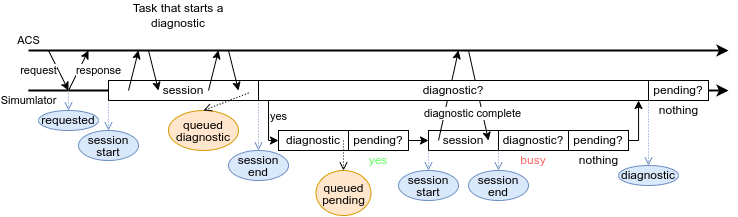
Before: diagrams/task with one diagnostic.png, a diagram exported from draw.io (anlix-io/genieacs-sim). Source tidied: cells renumbered, new cells last; positions are measured from the earlier drawing's top-left corner, leaving out a move shared by most shapes. The source it was exported from:
```xml
<mxGraphModel>
  <root>
    <mxCell id="0" />
    <mxCell id="1" parent="0" />
    <mxCell id="2" value="Simumlator" style="endArrow=classic;html=1;rounded=0;strokeWidth=2;" parent="1" edge="1">
      <mxGeometry x="-1" y="-10" relative="1" as="geometry">
        <mxPoint y="90" as="sourcePoint" />
        <mxPoint x="700" y="90" as="targetPoint" />
      </mxGeometry>
    </mxCell>
    <mxCell id="3" value="request" style="endArrow=classic;html=1;rounded=0;" parent="1" edge="1">
      <mxGeometry x="-0.4" y="-18" relative="1" as="geometry">
        <mxPoint x="20" y="50" as="sourcePoint" />
        <mxPoint x="40" y="90" as="targetPoint" />
        <Array as="points">
          <mxPoint x="30" y="70" />
        </Array>
      </mxGeometry>
    </mxCell>
    <mxCell id="4" value="session" style="rounded=0;whiteSpace=wrap;html=1;" parent="1" vertex="1">
      <mxGeometry x="80" y="80" width="150" height="20" as="geometry" />
    </mxCell>
    <mxCell id="5" style="endArrow=classic;html=1;rounded=0;" parent="1" edge="1">
      <mxGeometry relative="1" as="geometry">
        <mxPoint x="100" y="90" as="sourcePoint" />
        <mxPoint x="110" y="50" as="targetPoint" />
      </mxGeometry>
    </mxCell>
    <mxCell id="6" style="endArrow=classic;html=1;rounded=0;" parent="1" edge="1">
      <mxGeometry relative="1" as="geometry">
        <mxPoint x="120" y="50" as="sourcePoint" />
        <mxPoint x="130" y="90" as="targetPoint" />
      </mxGeometry>
    </mxCell>
    <mxCell id="7" style="endArrow=classic;html=1;rounded=0;" parent="1" edge="1">
      <mxGeometry relative="1" as="geometry">
        <mxPoint x="180" y="90" as="sourcePoint" />
        <mxPoint x="190" y="50" as="targetPoint" />
      </mxGeometry>
    </mxCell>
    <mxCell id="8" style="endArrow=classic;html=1;rounded=0;" parent="1" edge="1">
      <mxGeometry relative="1" as="geometry">
        <mxPoint x="200" y="50" as="sourcePoint" />
        <mxPoint x="210" y="90" as="targetPoint" />
      </mxGeometry>
    </mxCell>
    <mxCell id="9" value="ACS" style="endArrow=classic;html=1;rounded=0;strokeWidth=2;" parent="1" edge="1">
      <mxGeometry x="-1" y="10" relative="1" as="geometry">
        <mxPoint y="50" as="sourcePoint" />
        <mxPoint x="700" y="50" as="targetPoint" />
      </mxGeometry>
    </mxCell>
    <mxCell id="10" value="response" style="endArrow=classic;html=1;rounded=0;" parent="1" edge="1">
      <mxGeometry x="0.4" y="-18" relative="1" as="geometry">
        <mxPoint x="40" y="90" as="sourcePoint" />
        <mxPoint x="60" y="50" as="targetPoint" />
      </mxGeometry>
    </mxCell>
    <mxCell id="11" value="Task that starts a diagnostic" style="text;html=1;strokeColor=none;fillColor=none;align=center;verticalAlign=middle;whiteSpace=wrap;rounded=0;" parent="1" vertex="1">
      <mxGeometry x="80" width="140" height="30" as="geometry" />
    </mxCell>
    <mxCell id="12" value="&lt;br&gt;" style="endArrow=open;html=1;rounded=0;exitX=0;exitY=1;exitDx=0;exitDy=0;fillColor=#dae8fc;strokeColor=#6c8ebf;entryX=0.5;entryY=0;entryDx=0;entryDy=0;dashed=1;dashPattern=1 2;endFill=0;" parent="1" edge="1" target="15">
      <mxGeometry x="-0.2" relative="1" as="geometry">
        <mxPoint x="230" y="100" as="sourcePoint" />
      </mxGeometry>
    </mxCell>
    <mxCell id="13" value="&lt;br&gt;" style="endArrow=open;html=1;rounded=0;exitX=0;exitY=1;exitDx=0;exitDy=0;fillColor=#dae8fc;strokeColor=#6c8ebf;entryX=0.5;entryY=0;entryDx=0;entryDy=0;dashed=1;dashPattern=1 2;endFill=0;" parent="1" edge="1" target="14">
      <mxGeometry relative="1" as="geometry">
        <mxPoint x="80" y="100" as="sourcePoint" />
      </mxGeometry>
    </mxCell>
    <mxCell id="14" value="&lt;div style=&quot;line-height: 100%;&quot;&gt;session&lt;/div&gt;&lt;div style=&quot;line-height: 100%;&quot;&gt;&lt;span style=&quot;background-color: initial; color: rgb(0, 0, 0); --darkreader-inline-bgcolor: initial; --darkreader-inline-color: #e8e6e3;&quot;&gt;start&lt;/span&gt;&lt;/div&gt;" style="ellipse;whiteSpace=wrap;html=1;fillColor=#dae8fc;strokeColor=#6c8ebf;" parent="1" vertex="1">
      <mxGeometry x="50" y="130" width="60" height="30" as="geometry" />
    </mxCell>
    <mxCell id="15" value="&lt;div style=&quot;line-height: 100%;&quot;&gt;session&lt;/div&gt;&lt;div style=&quot;line-height: 100%;&quot;&gt;&lt;span style=&quot;background-color: initial; color: rgb(0, 0, 0); --darkreader-inline-bgcolor: initial; --darkreader-inline-color: #e8e6e3;&quot;&gt;end&lt;/span&gt;&lt;/div&gt;" style="ellipse;whiteSpace=wrap;html=1;fillColor=#dae8fc;strokeColor=#6c8ebf;" parent="1" vertex="1">
      <mxGeometry x="200" y="150" width="60" height="30" as="geometry" />
    </mxCell>
    <mxCell id="16" value="&lt;br&gt;" style="endArrow=open;html=1;rounded=0;fillColor=#dae8fc;strokeColor=#6c8ebf;entryX=0.5;entryY=0;entryDx=0;entryDy=0;dashed=1;dashPattern=1 2;endFill=0;" parent="1" edge="1" target="17">
      <mxGeometry relative="1" as="geometry">
        <mxPoint x="40" y="90" as="sourcePoint" />
      </mxGeometry>
    </mxCell>
    <mxCell id="17" value="requested" style="ellipse;whiteSpace=wrap;html=1;fillColor=#dae8fc;strokeColor=#6c8ebf;" parent="1" vertex="1">
      <mxGeometry x="10" y="110" width="60" height="20" as="geometry" />
    </mxCell>
    <mxCell id="18" value="&lt;p style=&quot;line-height: 100%;&quot;&gt;queued&lt;br&gt;diagnostic&lt;/p&gt;" style="ellipse;whiteSpace=wrap;html=1;fillColor=#ffe6cc;strokeColor=#d79b00;" parent="1" vertex="1">
      <mxGeometry x="140" y="110" width="70" height="40" as="geometry" />
    </mxCell>
    <mxCell id="19" style="endArrow=open;html=1;rounded=0;entryX=0.5;entryY=0;entryDx=0;entryDy=0;dashed=1;dashPattern=1 2;endFill=0;" parent="1" edge="1" target="18">
      <mxGeometry relative="1" as="geometry">
        <mxPoint x="220" y="92.5" as="sourcePoint" />
      </mxGeometry>
    </mxCell>
    <mxCell id="20" style="endArrow=classic;html=1;rounded=0;exitX=1;exitY=0.5;exitDx=0;exitDy=0;entryX=0;entryY=0.5;entryDx=0;entryDy=0;" parent="1" edge="1" source="49" target="34">
      <mxGeometry relative="1" as="geometry" />
    </mxCell>
    <mxCell id="21" style="group;" parent="1" vertex="1">
      <mxGeometry x="230" y="80" width="460" height="120" as="geometry" />
    </mxCell>
    <mxCell id="22" style="group;" parent="21" vertex="1">
      <mxGeometry x="390" width="60" height="35" as="geometry" />
    </mxCell>
    <mxCell id="23" value="pending?" style="rounded=0;whiteSpace=wrap;html=1;" parent="22" vertex="1">
      <mxGeometry width="60" height="20" as="geometry" />
    </mxCell>
    <mxCell id="24" value="nothing" style="text;html=1;strokeColor=none;fillColor=none;align=center;verticalAlign=middle;whiteSpace=wrap;rounded=0;" parent="22" vertex="1">
      <mxGeometry x="2.5" y="25" width="55" height="10" as="geometry" />
    </mxCell>
    <mxCell id="25" style="group;" parent="21" vertex="1">
      <mxGeometry x="140" y="-30" width="240" height="150" as="geometry" />
    </mxCell>
    <mxCell id="26" style="group;" parent="25" vertex="1">
      <mxGeometry x="170" y="50" width="70" height="65" as="geometry" />
    </mxCell>
    <mxCell id="27" value="pending?" style="rounded=0;whiteSpace=wrap;html=1;" parent="26" vertex="1">
      <mxGeometry y="30" width="60" height="20" as="geometry" />
    </mxCell>
    <mxCell id="28" style="endArrow=classic;html=1;rounded=0;exitX=1;exitY=0.5;exitDx=0;exitDy=0;edgeStyle=orthogonalEdgeStyle;" parent="26" edge="1" source="27">
      <mxGeometry relative="1" as="geometry">
        <mxPoint x="70" as="targetPoint" />
        <Array as="points">
          <mxPoint x="70" y="40" />
          <mxPoint x="70" />
        </Array>
      </mxGeometry>
    </mxCell>
    <mxCell id="29" value="nothing" style="text;html=1;strokeColor=none;fillColor=none;align=center;verticalAlign=middle;whiteSpace=wrap;rounded=0;" parent="26" vertex="1">
      <mxGeometry x="2.5" y="55" width="55" height="10" as="geometry" />
    </mxCell>
    <mxCell id="30" style="group;" parent="25" vertex="1">
      <mxGeometry x="100" y="80" width="70" height="35" as="geometry" />
    </mxCell>
    <mxCell id="31" value="busy" style="text;html=1;align=center;verticalAlign=middle;whiteSpace=wrap;rounded=0;fontColor=#FF6666;" parent="30" vertex="1">
      <mxGeometry x="20" y="25" width="30" height="10" as="geometry" />
    </mxCell>
    <mxCell id="32" value="diagnostic?" style="rounded=0;whiteSpace=wrap;html=1;" parent="30" vertex="1">
      <mxGeometry width="70" height="20" as="geometry" />
    </mxCell>
    <mxCell id="33" style="group;" parent="25" vertex="1">
      <mxGeometry width="130" height="150" as="geometry" />
    </mxCell>
    <mxCell id="34" value="session" style="rounded=0;whiteSpace=wrap;html=1;" parent="33" vertex="1">
      <mxGeometry x="30" y="80" width="70" height="20" as="geometry" />
    </mxCell>
    <mxCell id="35" value="&lt;div style=&quot;line-height: 100%;&quot;&gt;session&lt;/div&gt;&lt;div style=&quot;line-height: 100%;&quot;&gt;&lt;span style=&quot;background-color: initial; color: rgb(0, 0, 0); --darkreader-inline-bgcolor: initial; --darkreader-inline-color: #e8e6e3;&quot;&gt;start&lt;/span&gt;&lt;/div&gt;" style="ellipse;whiteSpace=wrap;html=1;fillColor=#dae8fc;strokeColor=#6c8ebf;" parent="33" vertex="1">
      <mxGeometry y="120" width="60" height="30" as="geometry" />
    </mxCell>
    <mxCell id="36" value="&lt;div style=&quot;line-height: 100%;&quot;&gt;session&lt;/div&gt;&lt;div style=&quot;line-height: 100%;&quot;&gt;&lt;span style=&quot;background-color: initial; color: rgb(0, 0, 0); --darkreader-inline-bgcolor: initial; --darkreader-inline-color: #e8e6e3;&quot;&gt;end&lt;/span&gt;&lt;/div&gt;" style="ellipse;whiteSpace=wrap;html=1;fillColor=#dae8fc;strokeColor=#6c8ebf;" parent="33" vertex="1">
      <mxGeometry x="70" y="120" width="60" height="30" as="geometry" />
    </mxCell>
    <mxCell id="37" style="endArrow=classic;html=1;rounded=0;" parent="33" edge="1">
      <mxGeometry relative="1" as="geometry">
        <mxPoint x="70" as="sourcePoint" />
        <mxPoint x="90" y="90" as="targetPoint" />
      </mxGeometry>
    </mxCell>
    <mxCell id="38" value="diagnostic complete" style="endArrow=classic;html=1;rounded=0;" parent="33" edge="1">
      <mxGeometry x="-0.27" y="-27" relative="1" as="geometry">
        <mxPoint x="40" y="90" as="sourcePoint" />
        <mxPoint x="60" as="targetPoint" />
      </mxGeometry>
    </mxCell>
    <mxCell id="39" style="endArrow=open;html=1;rounded=0;exitX=0;exitY=1;exitDx=0;exitDy=0;fillColor=#dae8fc;strokeColor=#6c8ebf;entryX=0.5;entryY=0;entryDx=0;entryDy=0;dashed=1;dashPattern=1 2;endFill=0;" parent="33" edge="1" source="34" target="35">
      <mxGeometry relative="1" as="geometry" />
    </mxCell>
    <mxCell id="40" style="endArrow=open;html=1;rounded=0;exitX=1;exitY=1;exitDx=0;exitDy=0;fillColor=#dae8fc;strokeColor=#6c8ebf;entryX=0.5;entryY=0;entryDx=0;entryDy=0;dashed=1;dashPattern=1 2;endFill=0;" parent="33" edge="1" source="34" target="36">
      <mxGeometry relative="1" as="geometry" />
    </mxCell>
    <mxCell id="41" style="group;" parent="21" vertex="1">
      <mxGeometry width="420" height="105" as="geometry" />
    </mxCell>
    <mxCell id="42" value="diagnostic?" style="rounded=0;whiteSpace=wrap;html=1;" parent="41" vertex="1">
      <mxGeometry width="390" height="20" as="geometry" />
    </mxCell>
    <mxCell id="43" value="diagnostic" style="ellipse;whiteSpace=wrap;html=1;fillColor=#dae8fc;strokeColor=#6c8ebf;" parent="41" vertex="1">
      <mxGeometry x="360" y="85" width="60" height="20" as="geometry" />
    </mxCell>
    <mxCell id="44" value="&lt;br&gt;" style="endArrow=open;html=1;rounded=0;exitX=1;exitY=1;exitDx=0;exitDy=0;fillColor=#dae8fc;strokeColor=#6c8ebf;entryX=0.5;entryY=0;entryDx=0;entryDy=0;dashed=1;dashPattern=1 2;endFill=0;" parent="41" edge="1" source="42" target="43">
      <mxGeometry x="-0.33" relative="1" as="geometry" />
    </mxCell>
    <mxCell id="45" style="group;" parent="1" vertex="1">
      <mxGeometry x="240" y="100" width="140" height="115" as="geometry" />
    </mxCell>
    <mxCell id="46" value="yes" style="endArrow=classic;html=1;rounded=0;entryX=0;entryY=0.5;entryDx=0;entryDy=0;edgeStyle=orthogonalEdgeStyle;" parent="45" edge="1" target="47">
      <mxGeometry x="-0.33" y="10" relative="1" as="geometry">
        <mxPoint as="sourcePoint" />
        <Array as="points">
          <mxPoint />
          <mxPoint y="35" />
        </Array>
      </mxGeometry>
    </mxCell>
    <mxCell id="47" value="diagnostic" style="rounded=0;whiteSpace=wrap;html=1;" parent="45" vertex="1">
      <mxGeometry x="10" y="30" width="70" height="20" as="geometry" />
    </mxCell>
    <mxCell id="48" style="endArrow=open;html=1;rounded=0;entryX=0.5;entryY=0;entryDx=0;entryDy=0;dashed=1;dashPattern=1 2;endFill=0;" parent="45" edge="1" target="51">
      <mxGeometry relative="1" as="geometry">
        <mxPoint x="75" y="40" as="sourcePoint" />
      </mxGeometry>
    </mxCell>
    <mxCell id="49" value="pending?" style="rounded=0;whiteSpace=wrap;html=1;" parent="45" vertex="1">
      <mxGeometry x="80" y="30" width="60" height="20" as="geometry" />
    </mxCell>
    <mxCell id="50" value="&lt;font style=&quot;--darkreader-inline-color: #61ff61;&quot; color=&quot;#66ff66&quot;&gt;yes&lt;/font&gt;" style="text;html=1;strokeColor=none;fillColor=none;align=center;verticalAlign=middle;whiteSpace=wrap;rounded=0;" parent="45" vertex="1">
      <mxGeometry x="95" y="55" width="30" height="10" as="geometry" />
    </mxCell>
    <mxCell id="51" value="&lt;p style=&quot;line-height: 100%;&quot;&gt;queued&lt;br&gt;pending&lt;/p&gt;" style="ellipse;whiteSpace=wrap;html=1;fillColor=#ffe6cc;strokeColor=#d79b00;" parent="45" vertex="1">
      <mxGeometry x="47.5" y="70" width="55" height="45" as="geometry" />
    </mxCell>
  </root>
</mxGraphModel>
```
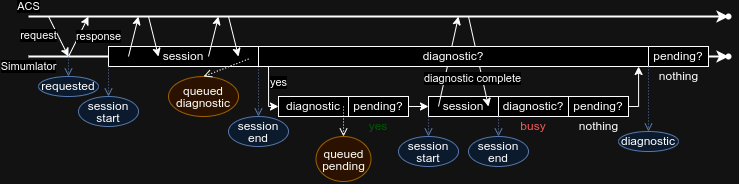
The same file after the commit.

Commit message:
Updated diagram images to have a background instead of being transparent. Added a markdown text that embeds the diagrams and explain them.

What changed in the source:
```diff
@@ -2,10 +2,9 @@
   <root>
     <mxCell id="0" />
     <mxCell id="1" parent="0" />
-    <mxCell id="2" value="Simumlator" style="endArrow=classic;html=1;rounded=0;strokeWidth=2;" parent="1" edge="1">
+    <mxCell id="2" value="Simumlator" style="endArrow=classic;html=1;rounded=0;strokeWidth=2;" parent="1" edge="1" target="52">
       <mxGeometry x="-1" y="-10" relative="1" as="geometry">
         <mxPoint y="90" as="sourcePoint" />
-        <mxPoint x="700" y="90" as="targetPoint" />
       </mxGeometry>
     </mxCell>
     <mxCell id="3" value="request" style="endArrow=classic;html=1;rounded=0;" parent="1" edge="1">
@@ -44,10 +43,9 @@
         <mxPoint x="210" y="90" as="targetPoint" />
       </mxGeometry>
     </mxCell>
-    <mxCell id="9" value="ACS" style="endArrow=classic;html=1;rounded=0;strokeWidth=2;" parent="1" edge="1">
+    <mxCell id="9" value="ACS" style="endArrow=classic;html=1;rounded=0;strokeWidth=2;entryX=-0.05;entryY=0.5;entryDx=0;entryDy=0;entryPerimeter=0;" parent="1" edge="1" target="53">
       <mxGeometry x="-1" y="10" relative="1" as="geometry">
         <mxPoint y="50" as="sourcePoint" />
-        <mxPoint x="700" y="50" as="targetPoint" />
       </mxGeometry>
     </mxCell>
     <mxCell id="10" value="response" style="endArrow=classic;html=1;rounded=0;" parent="1" edge="1">
@@ -56,9 +54,6 @@
         <mxPoint x="60" y="50" as="targetPoint" />
       </mxGeometry>
     </mxCell>
-    <mxCell id="11" value="Task that starts a diagnostic" style="text;html=1;strokeColor=none;fillColor=none;align=center;verticalAlign=middle;whiteSpace=wrap;rounded=0;" parent="1" vertex="1">
-      <mxGeometry x="80" width="140" height="30" as="geometry" />
-    </mxCell>
     <mxCell id="12" value="&lt;br&gt;" style="endArrow=open;html=1;rounded=0;exitX=0;exitY=1;exitDx=0;exitDy=0;fillColor=#dae8fc;strokeColor=#6c8ebf;entryX=0.5;entryY=0;entryDx=0;entryDy=0;dashed=1;dashPattern=1 2;endFill=0;" parent="1" edge="1" target="15">
       <mxGeometry x="-0.2" relative="1" as="geometry">
         <mxPoint x="230" y="100" as="sourcePoint" />
@@ -207,5 +202,11 @@
     <mxCell id="51" value="&lt;p style=&quot;line-height: 100%;&quot;&gt;queued&lt;br&gt;pending&lt;/p&gt;" style="ellipse;whiteSpace=wrap;html=1;fillColor=#ffe6cc;strokeColor=#d79b00;" parent="45" vertex="1">
       <mxGeometry x="47.5" y="70" width="55" height="45" as="geometry" />
     </mxCell>
+    <mxCell id="52" style="shape=waypoint;sketch=0;fillStyle=solid;size=6;points=[];fillColor=none;perimeter=centerPerimeter;snapToPoint=1;" parent="1" vertex="1">
+      <mxGeometry x="690" y="80" width="20" height="20" as="geometry" />
+    </mxCell>
+    <mxCell id="53" style="shape=waypoint;sketch=0;fillStyle=solid;size=6;points=[];fillColor=none;perimeter=centerPerimeter;snapToPoint=1;" parent="1" vertex="1">
+      <mxGeometry x="690" y="40" width="20" height="20" as="geometry" />
+    </mxCell>
   </root>
 </mxGraphModel>
```
